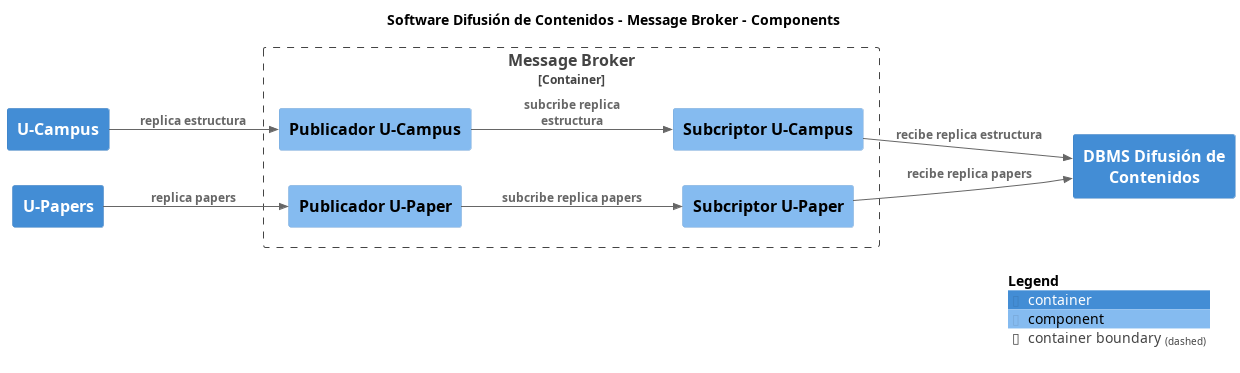
The PlantUML diagram build/site/master/png/Component-002.png in nbrx/c4-dcc-arq, before a commit. Source of this version:
```plantuml
@startuml
set separator none
title Software Difusión de Contenidos - Message Broker - Components

left to right direction

!include <C4/C4>
!include <C4/C4_Context>
!include <C4/C4_Container>
!include <C4/C4_Component>

Container(SoftwareDifusióndeContenidos.DBMSDifusióndeContenidos, "DBMS Difusión de Contenidos", "", $tags="")
Container(SoftwareDifusióndeContenidos.UCampus, "U-Campus", "", $tags="")
Container(SoftwareDifusióndeContenidos.UPapers, "U-Papers", "", $tags="")

Container_Boundary("SoftwareDifusióndeContenidos.MessageBroker_boundary", "Message Broker", $tags="") {
  Component(SoftwareDifusióndeContenidos.MessageBroker.PublicadorUCampus, "Publicador U-Campus", "", $tags="")
  Component(SoftwareDifusióndeContenidos.MessageBroker.PublicadorUPaper, "Publicador U-Paper", "", $tags="")
  Component(SoftwareDifusióndeContenidos.MessageBroker.SubcriptorUCampus, "Subcriptor U-Campus", "", $tags="")
  Component(SoftwareDifusióndeContenidos.MessageBroker.SubcriptorUPaper, "Subcriptor U-Paper", "", $tags="")
}

Rel_D(SoftwareDifusióndeContenidos.MessageBroker.PublicadorUCampus, SoftwareDifusióndeContenidos.MessageBroker.SubcriptorUCampus, "subcribe replica estructura", $tags="")
Rel_D(SoftwareDifusióndeContenidos.MessageBroker.SubcriptorUCampus, SoftwareDifusióndeContenidos.DBMSDifusióndeContenidos, "recibe replica estructura", $tags="")
Rel_D(SoftwareDifusióndeContenidos.MessageBroker.PublicadorUPaper, SoftwareDifusióndeContenidos.MessageBroker.SubcriptorUPaper, "subcribe replica papers", $tags="")
Rel_D(SoftwareDifusióndeContenidos.MessageBroker.SubcriptorUPaper, SoftwareDifusióndeContenidos.DBMSDifusióndeContenidos, "recibe replica papers", $tags="")
Rel_D(SoftwareDifusióndeContenidos.UPapers, SoftwareDifusióndeContenidos.MessageBroker.PublicadorUPaper, "replica papers", $tags="")
Rel_D(SoftwareDifusióndeContenidos.UCampus, SoftwareDifusióndeContenidos.MessageBroker.PublicadorUCampus, "replica estructura", $tags="")

SHOW_LEGEND(true)
@enduml
```
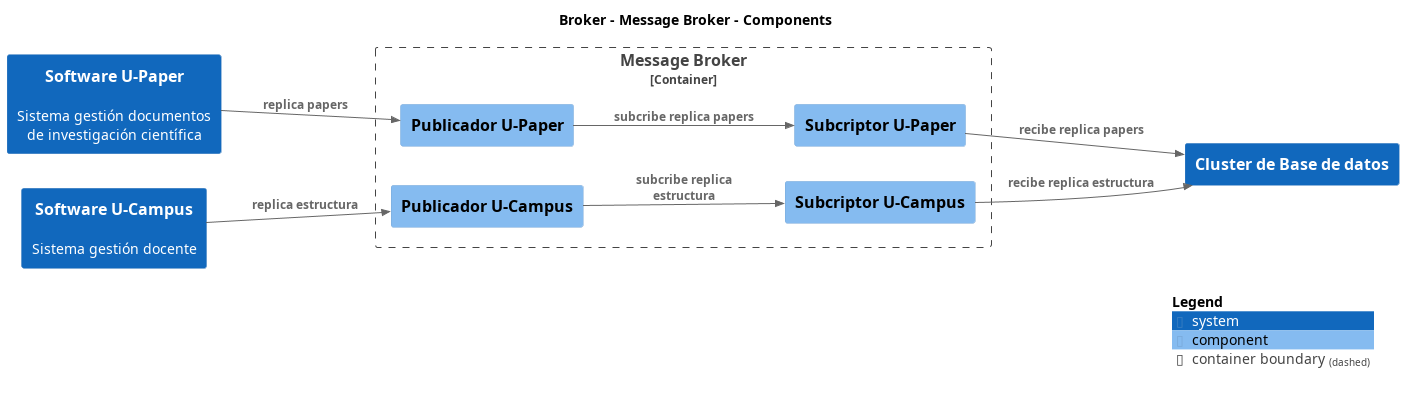
The same diagram one commit later.

Diff of the diagram source:
```diff
@@ -1,31 +1,30 @@
 @startuml
 set separator none
-title Software Difusión de Contenidos - Message Broker - Components
+title Broker - Message Broker - Components
 
 left to right direction
 
 !include <C4/C4>
 !include <C4/C4_Context>
-!include <C4/C4_Container>
 !include <C4/C4_Component>
 
-Container(SoftwareDifusióndeContenidos.DBMSDifusióndeContenidos, "DBMS Difusión de Contenidos", "", $tags="")
-Container(SoftwareDifusióndeContenidos.UCampus, "U-Campus", "", $tags="")
-Container(SoftwareDifusióndeContenidos.UPapers, "U-Papers", "", $tags="")
+System(SoftwareUPaper, "Software U-Paper", "Sistema gestión documentos de investigación científica", $tags="")
+System(SoftwareUCampus, "Software U-Campus", "Sistema gestión docente", $tags="")
+System(ClusterdeBasededatos, "Cluster de Base de datos", "", $tags="")
 
-Container_Boundary("SoftwareDifusióndeContenidos.MessageBroker_boundary", "Message Broker", $tags="") {
-  Component(SoftwareDifusióndeContenidos.MessageBroker.PublicadorUCampus, "Publicador U-Campus", "", $tags="")
-  Component(SoftwareDifusióndeContenidos.MessageBroker.PublicadorUPaper, "Publicador U-Paper", "", $tags="")
-  Component(SoftwareDifusióndeContenidos.MessageBroker.SubcriptorUCampus, "Subcriptor U-Campus", "", $tags="")
-  Component(SoftwareDifusióndeContenidos.MessageBroker.SubcriptorUPaper, "Subcriptor U-Paper", "", $tags="")
+Container_Boundary("Broker.MessageBroker_boundary", "Message Broker", $tags="") {
+  Component(Broker.MessageBroker.PublicadorUPaper, "Publicador U-Paper", "", $tags="")
+  Component(Broker.MessageBroker.SubcriptorUCampus, "Subcriptor U-Campus", "", $tags="")
+  Component(Broker.MessageBroker.SubcriptorUPaper, "Subcriptor U-Paper", "", $tags="")
+  Component(Broker.MessageBroker.PublicadorUCampus, "Publicador U-Campus", "", $tags="")
 }
 
-Rel_D(SoftwareDifusióndeContenidos.MessageBroker.PublicadorUCampus, SoftwareDifusióndeContenidos.MessageBroker.SubcriptorUCampus, "subcribe replica estructura", $tags="")
-Rel_D(SoftwareDifusióndeContenidos.MessageBroker.SubcriptorUCampus, SoftwareDifusióndeContenidos.DBMSDifusióndeContenidos, "recibe replica estructura", $tags="")
-Rel_D(SoftwareDifusióndeContenidos.MessageBroker.PublicadorUPaper, SoftwareDifusióndeContenidos.MessageBroker.SubcriptorUPaper, "subcribe replica papers", $tags="")
-Rel_D(SoftwareDifusióndeContenidos.MessageBroker.SubcriptorUPaper, SoftwareDifusióndeContenidos.DBMSDifusióndeContenidos, "recibe replica papers", $tags="")
-Rel_D(SoftwareDifusióndeContenidos.UPapers, SoftwareDifusióndeContenidos.MessageBroker.PublicadorUPaper, "replica papers", $tags="")
-Rel_D(SoftwareDifusióndeContenidos.UCampus, SoftwareDifusióndeContenidos.MessageBroker.PublicadorUCampus, "replica estructura", $tags="")
+Rel_D(Broker.MessageBroker.PublicadorUCampus, Broker.MessageBroker.SubcriptorUCampus, "subcribe replica estructura", $tags="")
+Rel_D(Broker.MessageBroker.SubcriptorUCampus, ClusterdeBasededatos, "recibe replica estructura", $tags="")
+Rel_D(Broker.MessageBroker.PublicadorUPaper, Broker.MessageBroker.SubcriptorUPaper, "subcribe replica papers", $tags="")
+Rel_D(Broker.MessageBroker.SubcriptorUPaper, ClusterdeBasededatos, "recibe replica papers", $tags="")
+Rel_D(SoftwareUCampus, Broker.MessageBroker.PublicadorUCampus, "replica estructura", $tags="")
+Rel_D(SoftwareUPaper, Broker.MessageBroker.PublicadorUPaper, "replica papers", $tags="")
 
 SHOW_LEGEND(true)
 @enduml
```
